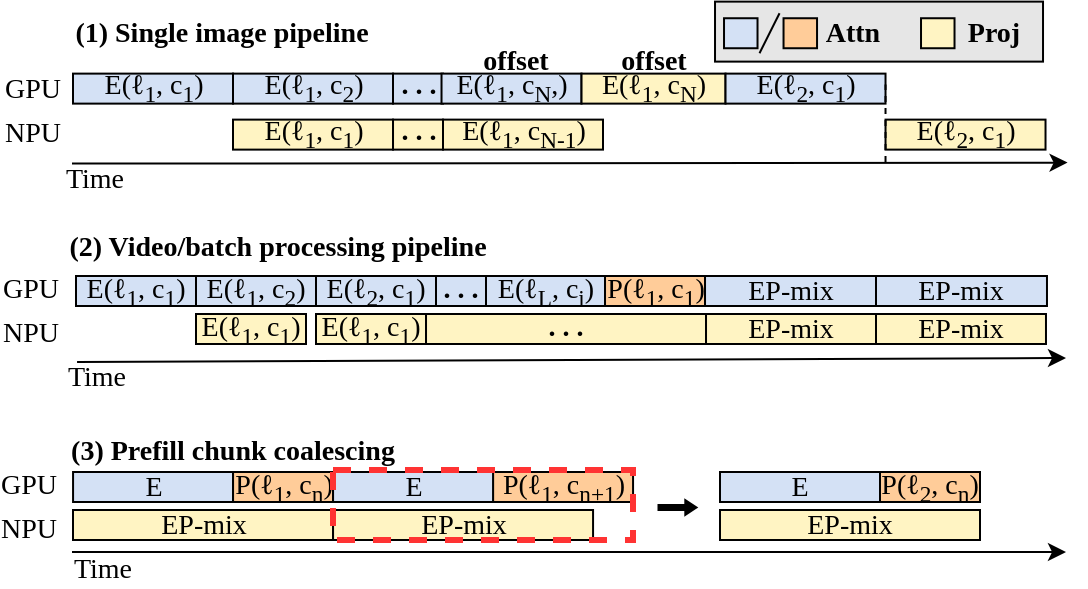
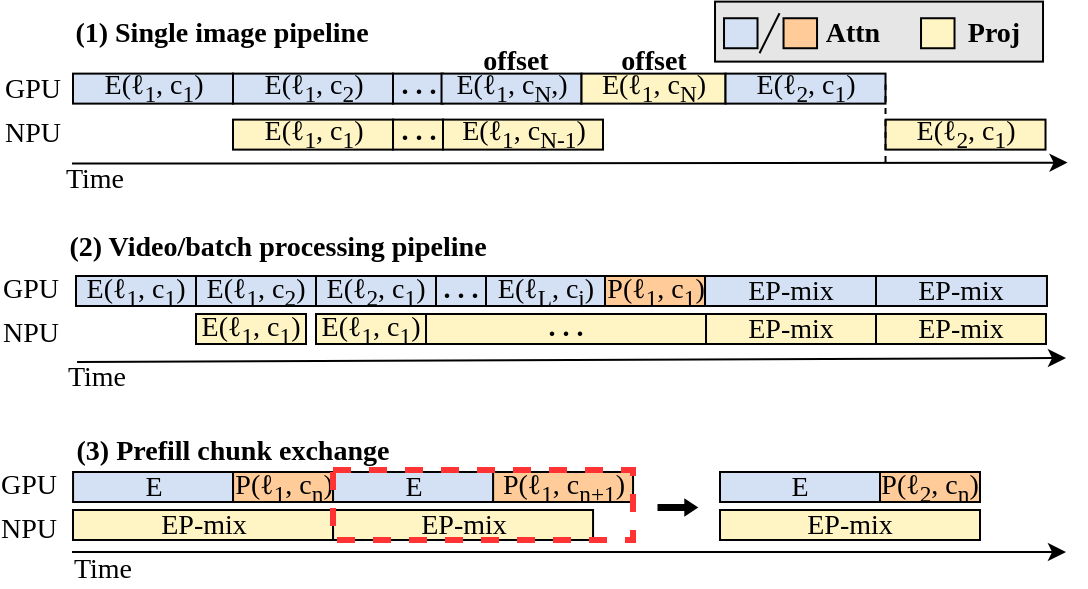
<mxfile host="app.diagrams.net" agent="Mozilla/5.0 (Windows NT 10.0; Win64; x64) AppleWebKit/537.36 (KHTML, like Gecko) Chrome/145.0.0.0 Safari/537.36">
  <diagram name="第 1 页" id="MrFx-UOJmhqwsODPHqqn">
-     <mxGraphModel dx="-156" dy="952" grid="1" gridSize="10" guides="1" tooltips="1" connect="1" arrows="1" fold="1" page="1" pageScale="1" pageWidth="827" pageHeight="1169" math="0" shadow="0">
+     <mxGraphModel dx="-184" dy="913" grid="1" gridSize="10" guides="1" tooltips="1" connect="1" arrows="1" fold="1" page="1" pageScale="1" pageWidth="827" pageHeight="1169" math="0" shadow="0">
      <root>
        <mxCell id="0" />
        <mxCell id="1" parent="0" />
        <mxCell id="taiWHSUcbmmcihhguXY2-223" parent="1" style="rounded=0;whiteSpace=wrap;html=1;fillColor=#E6E6E6;" value="" vertex="1">
          <mxGeometry height="30" width="164" x="1484.51" y="691.81" as="geometry" />
        </mxCell>
        <mxCell id="taiWHSUcbmmcihhguXY2-151" parent="1" style="text;html=1;whiteSpace=wrap;strokeColor=none;fillColor=none;align=center;verticalAlign=middle;rounded=0;fontSize=14;" value="&lt;font face=&quot;Times New Roman&quot;&gt;GPU&lt;/font&gt;" vertex="1">
          <mxGeometry height="12" width="25" x="1130" y="829" as="geometry" />
        </mxCell>
        <mxCell id="taiWHSUcbmmcihhguXY2-152" parent="1" style="text;html=1;whiteSpace=wrap;strokeColor=none;fillColor=none;align=center;verticalAlign=middle;rounded=0;fontSize=14;" value="&lt;font face=&quot;Times New Roman&quot;&gt;NPU&lt;/font&gt;" vertex="1">
          <mxGeometry height="12" width="25" x="1130" y="851" as="geometry" />
        </mxCell>
        <mxCell id="taiWHSUcbmmcihhguXY2-153" parent="1" style="text;html=1;whiteSpace=wrap;strokeColor=none;fillColor=none;align=center;verticalAlign=middle;rounded=0;fontSize=14;" value="&lt;font face=&quot;Times New Roman&quot;&gt;GPU&lt;/font&gt;" vertex="1">
          <mxGeometry height="12" width="25" x="1128.53" y="927" as="geometry" />
        </mxCell>
        <mxCell id="taiWHSUcbmmcihhguXY2-154" parent="1" style="text;html=1;whiteSpace=wrap;strokeColor=none;fillColor=none;align=center;verticalAlign=middle;rounded=0;fontSize=14;" value="&lt;font face=&quot;Times New Roman&quot;&gt;NPU&lt;/font&gt;" vertex="1">
          <mxGeometry height="12" width="25" x="1128.53" y="949" as="geometry" />
        </mxCell>
        <mxCell id="taiWHSUcbmmcihhguXY2-157" parent="1" style="text;html=1;whiteSpace=wrap;strokeColor=none;fillColor=none;align=center;verticalAlign=middle;rounded=0;fontSize=14;" value="&lt;font face=&quot;Times New Roman&quot;&gt;&lt;b&gt;(2) Video/batch processing pipeline&lt;/b&gt;&lt;/font&gt;" vertex="1">
          <mxGeometry height="16" width="254.47" x="1139.05" y="806" as="geometry" />
        </mxCell>
-         <mxCell id="taiWHSUcbmmcihhguXY2-158" parent="1" style="text;html=1;whiteSpace=wrap;strokeColor=none;fillColor=none;align=center;verticalAlign=middle;rounded=0;fontSize=14;" value="&lt;font face=&quot;Times New Roman&quot;&gt;&lt;b&gt;(3) Prefill chunk coalescing&lt;/b&gt;&lt;/font&gt;" vertex="1">
+         <mxCell id="taiWHSUcbmmcihhguXY2-158" parent="1" style="text;html=1;whiteSpace=wrap;strokeColor=none;fillColor=none;align=center;verticalAlign=middle;rounded=0;fontSize=14;" value="&lt;font face=&quot;Times New Roman&quot;&gt;&lt;b&gt;(3) Prefill chunk exchange&lt;/b&gt;&lt;/font&gt;" vertex="1">
          <mxGeometry height="16" width="175.48" x="1155.52" y="908" as="geometry" />
        </mxCell>
        <mxCell id="taiWHSUcbmmcihhguXY2-159" parent="1" style="rounded=0;whiteSpace=wrap;html=1;fontFamily=Times New Roman;spacingTop=0;fillColor=#D4E1F5;fontSize=14;" value="E" vertex="1">
          <mxGeometry height="15" width="80" x="1163.53" y="927" as="geometry" />
        </mxCell>
        <mxCell id="taiWHSUcbmmcihhguXY2-166" parent="1" style="rounded=0;whiteSpace=wrap;html=1;fontFamily=Times New Roman;spacingTop=0;fillColor=#FFF4C3;fontSize=14;" value="E(ℓ&lt;sub&gt;1&lt;/sub&gt;&lt;span&gt;,&amp;nbsp;&lt;/span&gt;c&lt;sub&gt;1&lt;/sub&gt;&lt;span&gt;)&lt;/span&gt;" vertex="1">
          <mxGeometry height="15" width="55" x="1225" y="848" as="geometry" />
        </mxCell>
        <mxCell id="taiWHSUcbmmcihhguXY2-168" edge="1" parent="1" style="endArrow=classic;html=1;rounded=0;endSize=6;fontSize=14;strokeWidth=1;" value="">
          <mxGeometry height="50" relative="1" width="50" as="geometry">
            <mxPoint x="1163" y="772.81" as="sourcePoint" />
            <mxPoint x="1660.78" y="772.31" as="targetPoint" />
          </mxGeometry>
        </mxCell>
        <mxCell id="taiWHSUcbmmcihhguXY2-169" parent="1" style="text;html=1;whiteSpace=wrap;strokeColor=none;fillColor=none;align=center;verticalAlign=middle;rounded=0;fontSize=14;" value="&lt;font face=&quot;Times New Roman&quot;&gt;Time&lt;/font&gt;" vertex="1">
          <mxGeometry height="16" width="36.95" x="1155.52" y="772" as="geometry" />
        </mxCell>
        <mxCell id="taiWHSUcbmmcihhguXY2-170" parent="1" style="text;html=1;whiteSpace=wrap;strokeColor=none;fillColor=none;align=center;verticalAlign=middle;rounded=0;fontSize=14;" value="&lt;font face=&quot;Times New Roman&quot;&gt;GPU&lt;/font&gt;" vertex="1">
          <mxGeometry height="12" width="25" x="1130.52" y="729" as="geometry" />
        </mxCell>
        <mxCell id="taiWHSUcbmmcihhguXY2-171" parent="1" style="text;html=1;whiteSpace=wrap;strokeColor=none;fillColor=none;align=center;verticalAlign=middle;rounded=0;fontSize=14;" value="&lt;font face=&quot;Times New Roman&quot;&gt;NPU&lt;/font&gt;" vertex="1">
          <mxGeometry height="12" width="25" x="1130.52" y="751" as="geometry" />
        </mxCell>
        <mxCell id="taiWHSUcbmmcihhguXY2-172" parent="1" style="text;html=1;whiteSpace=wrap;strokeColor=none;fillColor=none;align=center;verticalAlign=middle;rounded=0;fontSize=14;" value="&lt;font face=&quot;Times New Roman&quot;&gt;&lt;b&gt;(1)&amp;nbsp;Single image pipeline&lt;/b&gt;&lt;/font&gt;" vertex="1">
          <mxGeometry height="16" width="160" x="1158" y="698.81" as="geometry" />
        </mxCell>
        <mxCell id="taiWHSUcbmmcihhguXY2-175" parent="1" style="rounded=0;whiteSpace=wrap;html=1;fontFamily=Times New Roman;spacingTop=0;fillColor=#FFF4C3;fontSize=14;" value="E(ℓ&lt;sub&gt;1&lt;/sub&gt;&lt;span&gt;,&amp;nbsp;&lt;/span&gt;c&lt;sub&gt;1&lt;/sub&gt;&lt;span&gt;)&lt;/span&gt;" vertex="1">
          <mxGeometry height="15" width="80" x="1243.5" y="750.81" as="geometry" />
        </mxCell>
        <mxCell id="taiWHSUcbmmcihhguXY2-176" parent="1" style="rounded=0;whiteSpace=wrap;html=1;fontFamily=Times New Roman;spacingTop=0;fillColor=#D4E1F5;fontSize=14;" value="E(ℓ&lt;sub&gt;1&lt;/sub&gt;&lt;span&gt;, &lt;/span&gt;c&lt;sub&gt;2&lt;/sub&gt;&lt;span&gt;)&lt;/span&gt;" vertex="1">
          <mxGeometry height="15" width="80" x="1243.5" y="727.81" as="geometry" />
        </mxCell>
        <mxCell id="taiWHSUcbmmcihhguXY2-179" parent="1" style="text;html=1;whiteSpace=wrap;strokeColor=none;fillColor=none;align=center;verticalAlign=middle;rounded=0;fontStyle=1;fontSize=14;" value="&lt;font face=&quot;Times New Roman&quot;&gt;offset&lt;/font&gt;" vertex="1">
          <mxGeometry height="13" width="23.99" x="1372.51" y="714.81" as="geometry" />
        </mxCell>
        <mxCell id="taiWHSUcbmmcihhguXY2-184" parent="1" style="text;html=1;whiteSpace=wrap;strokeColor=none;fillColor=none;align=center;verticalAlign=middle;rounded=0;fontStyle=1;fontSize=14;" value="&lt;font face=&quot;Times New Roman&quot;&gt;offset&lt;/font&gt;" vertex="1">
          <mxGeometry height="13" width="23.99" x="1441.76" y="714.81" as="geometry" />
        </mxCell>
        <mxCell id="taiWHSUcbmmcihhguXY2-187" parent="1" style="rounded=0;whiteSpace=wrap;html=1;fontFamily=Times New Roman;spacingTop=0;fillColor=#D4E1F5;fontSize=14;" value="E(ℓ&lt;sub&gt;1&lt;/sub&gt;&lt;span&gt;, &lt;/span&gt;c&lt;sub&gt;1&lt;/sub&gt;&lt;span&gt;)&lt;/span&gt;" vertex="1">
          <mxGeometry height="15" width="60" x="1165" y="829" as="geometry" />
        </mxCell>
        <mxCell id="taiWHSUcbmmcihhguXY2-198" parent="1" style="text;html=1;whiteSpace=wrap;strokeColor=none;fillColor=none;align=center;verticalAlign=middle;rounded=0;fontSize=14;" value="&lt;font face=&quot;Times New Roman&quot;&gt;Time&lt;/font&gt;" vertex="1">
          <mxGeometry height="16" width="36.95" x="1159.52" y="967" as="geometry" />
        </mxCell>
        <mxCell id="taiWHSUcbmmcihhguXY2-199" edge="1" parent="1" style="endArrow=classic;html=1;rounded=0;endSize=6;fontSize=14;strokeWidth=1;" value="">
          <mxGeometry height="50" relative="1" width="50" as="geometry">
            <mxPoint x="1163" y="967" as="sourcePoint" />
            <mxPoint x="1660" y="967" as="targetPoint" />
          </mxGeometry>
        </mxCell>
        <mxCell id="taiWHSUcbmmcihhguXY2-200" parent="1" style="text;html=1;whiteSpace=wrap;strokeColor=none;fillColor=none;align=center;verticalAlign=middle;rounded=0;fontSize=14;" value="&lt;font face=&quot;Times New Roman&quot;&gt;Time&lt;/font&gt;" vertex="1">
          <mxGeometry height="16" width="36.95" x="1156.52" y="871" as="geometry" />
        </mxCell>
        <mxCell id="taiWHSUcbmmcihhguXY2-201" edge="1" parent="1" style="endArrow=classic;html=1;rounded=0;endSize=6;fontSize=14;strokeWidth=1;" value="">
          <mxGeometry height="50" relative="1" width="50" as="geometry">
            <mxPoint x="1165.53" y="872" as="sourcePoint" />
            <mxPoint x="1660" y="870" as="targetPoint" />
          </mxGeometry>
        </mxCell>
        <mxCell id="taiWHSUcbmmcihhguXY2-203" parent="1" style="rounded=0;whiteSpace=wrap;html=1;fontFamily=Times New Roman;spacingTop=0;fillColor=#D4E1F5;fontSize=14;" value="E(ℓ&lt;sub&gt;1&lt;/sub&gt;&lt;span&gt;, &lt;/span&gt;c&lt;sub&gt;1&lt;/sub&gt;&lt;span&gt;)&lt;/span&gt;" vertex="1">
          <mxGeometry height="15" width="80" x="1163.5" y="727.81" as="geometry" />
        </mxCell>
        <mxCell id="taiWHSUcbmmcihhguXY2-207" parent="1" style="rounded=0;whiteSpace=wrap;html=1;fontFamily=Times New Roman;spacingTop=-2;fillColor=light-dark(#d4e1f5, #261d00);fontSize=14;" value="&lt;b&gt;. . .&lt;/b&gt;" vertex="1">
          <mxGeometry height="15" width="25" x="1323.5" y="727.81" as="geometry" />
        </mxCell>
        <mxCell id="taiWHSUcbmmcihhguXY2-208" parent="1" style="rounded=0;whiteSpace=wrap;html=1;fontFamily=Times New Roman;spacingTop=-2;fillColor=#FFF4C3;fontSize=14;" value="&lt;b&gt;. . .&lt;/b&gt;" vertex="1">
          <mxGeometry height="15" width="25" x="1323.51" y="750.81" as="geometry" />
        </mxCell>
        <mxCell id="taiWHSUcbmmcihhguXY2-209" parent="1" style="rounded=0;whiteSpace=wrap;html=1;fontFamily=Times New Roman;spacingTop=0;fillColor=#D4E1F5;fontSize=14;" value="E(ℓ&lt;sub&gt;1&lt;/sub&gt;&lt;span&gt;, &lt;/span&gt;c&lt;sub&gt;N&lt;/sub&gt;&lt;span&gt;,)&lt;/span&gt;" vertex="1">
          <mxGeometry height="15" width="70" x="1347.76" y="727.81" as="geometry" />
        </mxCell>
        <mxCell id="taiWHSUcbmmcihhguXY2-210" parent="1" style="rounded=0;whiteSpace=wrap;html=1;fontFamily=Times New Roman;spacingTop=0;fillColor=#FFF4C3;fontSize=14;" value="E(ℓ&lt;sub&gt;1&lt;/sub&gt;&lt;span&gt;,&amp;nbsp;&lt;/span&gt;c&lt;sub&gt;N&lt;/sub&gt;&lt;span&gt;)&lt;/span&gt;" vertex="1">
          <mxGeometry height="15" width="72" x="1417.76" y="727.81" as="geometry" />
        </mxCell>
        <mxCell id="taiWHSUcbmmcihhguXY2-213" parent="1" style="rounded=0;whiteSpace=wrap;html=1;fontFamily=Times New Roman;spacingTop=0;fillColor=#FFF4C3;fontSize=14;" value="E(ℓ&lt;sub&gt;1&lt;/sub&gt;&lt;span&gt;,&amp;nbsp;&lt;/span&gt;c&lt;sub&gt;N-1&lt;/sub&gt;&lt;span&gt;)&lt;/span&gt;" vertex="1">
          <mxGeometry height="15" width="80" x="1348.5" y="750.81" as="geometry" />
        </mxCell>
        <mxCell id="taiWHSUcbmmcihhguXY2-214" parent="1" style="rounded=0;whiteSpace=wrap;html=1;fontFamily=Times New Roman;spacingTop=0;fillColor=#D4E1F5;fontSize=14;" value="E(ℓ&lt;sub&gt;2&lt;/sub&gt;&lt;span&gt;, &lt;/span&gt;c&lt;sub&gt;1&lt;/sub&gt;&lt;span&gt;)&lt;/span&gt;" vertex="1">
          <mxGeometry height="15" width="80" x="1489.76" y="727.81" as="geometry" />
        </mxCell>
        <mxCell id="taiWHSUcbmmcihhguXY2-215" parent="1" style="rounded=0;whiteSpace=wrap;html=1;fontFamily=Times New Roman;spacingTop=0;fillColor=#FFF4C3;fontSize=14;" value="E(ℓ&lt;sub&gt;2&lt;/sub&gt;&lt;span&gt;,&amp;nbsp;&lt;/span&gt;c&lt;sub&gt;1&lt;/sub&gt;&lt;span&gt;)&lt;/span&gt;" vertex="1">
          <mxGeometry height="15" width="80" x="1569.76" y="750.81" as="geometry" />
        </mxCell>
        <mxCell id="taiWHSUcbmmcihhguXY2-216" edge="1" parent="1" style="endArrow=none;dashed=1;html=1;strokeWidth=1;rounded=0;fontSize=14;" value="">
          <mxGeometry height="50" relative="1" width="50" as="geometry">
            <mxPoint x="1569.76" y="772" as="sourcePoint" />
            <mxPoint x="1569.76" y="733.31" as="targetPoint" />
          </mxGeometry>
        </mxCell>
        <mxCell id="taiWHSUcbmmcihhguXY2-217" parent="1" style="rounded=0;whiteSpace=wrap;html=1;fillColor=light-dark(#d4e1f5, #ededed);" value="" vertex="1">
          <mxGeometry height="15" width="16.75" x="1489.0099999999998" y="700.1199999999999" as="geometry" />
        </mxCell>
        <mxCell id="taiWHSUcbmmcihhguXY2-218" parent="1" style="rounded=0;whiteSpace=wrap;html=1;fillColor=light-dark(#ffcc99, #ededed);" value="" vertex="1">
          <mxGeometry height="15" width="16.75" x="1518.7699999999998" y="700.1199999999999" as="geometry" />
        </mxCell>
        <mxCell id="taiWHSUcbmmcihhguXY2-219" edge="1" parent="1" style="endArrow=none;html=1;rounded=0;" value="">
          <mxGeometry height="50" relative="1" width="50" as="geometry">
            <mxPoint x="1506.7599999999998" y="717.6199999999999" as="sourcePoint" />
            <mxPoint x="1516.7599999999998" y="697.6199999999999" as="targetPoint" />
          </mxGeometry>
        </mxCell>
        <mxCell id="taiWHSUcbmmcihhguXY2-220" parent="1" style="text;html=1;whiteSpace=wrap;strokeColor=none;fillColor=none;align=center;verticalAlign=middle;rounded=0;fontStyle=1;fontSize=14;" value="&lt;font face=&quot;Times New Roman&quot;&gt;Attn&lt;/font&gt;" vertex="1">
          <mxGeometry height="13" width="35.49" x="1535.52" y="700.1199999999999" as="geometry" />
        </mxCell>
        <mxCell id="taiWHSUcbmmcihhguXY2-221" parent="1" style="rounded=0;whiteSpace=wrap;html=1;fillColor=light-dark(#fff4c3, #ededed);" value="" vertex="1">
          <mxGeometry height="15" width="16.75" x="1587.51" y="700.1199999999999" as="geometry" />
        </mxCell>
        <mxCell id="taiWHSUcbmmcihhguXY2-222" parent="1" style="text;html=1;whiteSpace=wrap;strokeColor=none;fillColor=none;align=center;verticalAlign=middle;rounded=0;fontStyle=1;fontSize=14;" value="&lt;font face=&quot;Times New Roman&quot;&gt;Proj&lt;/font&gt;" vertex="1">
          <mxGeometry height="13" width="41.87" x="1602.64" y="700.1199999999999" as="geometry" />
        </mxCell>
        <mxCell id="bwTcCQI149GTdo26pb1h-2" parent="1" style="rounded=0;whiteSpace=wrap;html=1;fontFamily=Times New Roman;spacingTop=0;fillColor=#D4E1F5;fontSize=14;" value="E(ℓ&lt;sub&gt;1&lt;/sub&gt;&lt;span&gt;, &lt;/span&gt;c&lt;sub&gt;2&lt;/sub&gt;&lt;span&gt;)&lt;/span&gt;" vertex="1">
          <mxGeometry height="15" width="60" x="1225" y="829" as="geometry" />
        </mxCell>
        <mxCell id="bwTcCQI149GTdo26pb1h-3" parent="1" style="rounded=0;whiteSpace=wrap;html=1;fontFamily=Times New Roman;spacingTop=0;fillColor=#D4E1F5;fontSize=14;" value="E(ℓ&lt;sub&gt;2&lt;/sub&gt;&lt;span&gt;, &lt;/span&gt;c&lt;sub&gt;1&lt;/sub&gt;&lt;span&gt;)&lt;/span&gt;" vertex="1">
          <mxGeometry height="15" width="60" x="1285" y="829" as="geometry" />
        </mxCell>
        <mxCell id="bwTcCQI149GTdo26pb1h-4" parent="1" style="rounded=0;whiteSpace=wrap;html=1;fontFamily=Times New Roman;spacingTop=0;fillColor=#FFF4C3;fontSize=14;" value="E(ℓ&lt;sub&gt;1&lt;/sub&gt;&lt;span&gt;,&amp;nbsp;&lt;/span&gt;c&lt;sub&gt;1&lt;/sub&gt;&lt;span&gt;)&lt;/span&gt;" vertex="1">
          <mxGeometry height="15" width="55" x="1285" y="848" as="geometry" />
        </mxCell>
        <mxCell id="bwTcCQI149GTdo26pb1h-5" parent="1" style="rounded=0;whiteSpace=wrap;html=1;fontFamily=Times New Roman;spacingTop=0;fillColor=#D4E1F5;fontSize=14;" value="E(ℓ&lt;sub&gt;L&lt;/sub&gt;&lt;span&gt;,&amp;nbsp;&lt;/span&gt;c&lt;sub&gt;i&lt;/sub&gt;&lt;span&gt;)&lt;/span&gt;" vertex="1">
          <mxGeometry height="15" width="60" x="1369.51" y="829" as="geometry" />
        </mxCell>
        <mxCell id="bwTcCQI149GTdo26pb1h-6" parent="1" style="rounded=0;whiteSpace=wrap;html=1;fontFamily=Times New Roman;spacingTop=0;fillColor=#FFCC99;fontSize=14;" value="P(ℓ&lt;sub&gt;1&lt;/sub&gt;&lt;span&gt;,&amp;nbsp;&lt;/span&gt;c&lt;sub&gt;1&lt;/sub&gt;&lt;span&gt;)&lt;/span&gt;" vertex="1">
          <mxGeometry height="15" width="50" x="1429.51" y="829" as="geometry" />
        </mxCell>
        <mxCell id="bwTcCQI149GTdo26pb1h-7" parent="1" style="rounded=0;whiteSpace=wrap;html=1;fontFamily=Times New Roman;spacingTop=-2;fillColor=light-dark(#d4e1f5, #261d00);fontSize=14;" value="&lt;b&gt;. . .&lt;/b&gt;" vertex="1">
          <mxGeometry height="15" width="25" x="1345" y="829" as="geometry" />
        </mxCell>
        <mxCell id="bwTcCQI149GTdo26pb1h-8" parent="1" style="rounded=0;whiteSpace=wrap;html=1;fontFamily=Times New Roman;spacingTop=-2;fillColor=#FFF4C3;fontSize=14;" value="&lt;b&gt;. . .&lt;/b&gt;" vertex="1">
          <mxGeometry height="15" width="140" x="1340.01" y="848" as="geometry" />
        </mxCell>
        <mxCell id="bwTcCQI149GTdo26pb1h-9" parent="1" style="rounded=0;whiteSpace=wrap;html=1;fontFamily=Times New Roman;spacingTop=0;fillColor=#D4E1F5;fontSize=14;" value="EP-mix" vertex="1">
          <mxGeometry height="15" width="85.49" x="1479.51" y="829" as="geometry" />
        </mxCell>
        <mxCell id="bwTcCQI149GTdo26pb1h-11" parent="1" style="rounded=0;whiteSpace=wrap;html=1;fontFamily=Times New Roman;spacingTop=0;fillColor=light-dark(#fff4c3, #232e40);fontSize=14;" value="EP-mix" vertex="1">
          <mxGeometry height="15" width="84.99" x="1480.01" y="848" as="geometry" />
        </mxCell>
        <mxCell id="bwTcCQI149GTdo26pb1h-12" parent="1" style="rounded=0;whiteSpace=wrap;html=1;fontFamily=Times New Roman;spacingTop=0;fillColor=#D4E1F5;fontSize=14;" value="EP-mix" vertex="1">
          <mxGeometry height="15" width="85.49" x="1565" y="829" as="geometry" />
        </mxCell>
        <mxCell id="bwTcCQI149GTdo26pb1h-13" parent="1" style="rounded=0;whiteSpace=wrap;html=1;fontFamily=Times New Roman;spacingTop=0;fillColor=light-dark(#fff4c3, #232e40);fontSize=14;" value="EP-mix" vertex="1">
          <mxGeometry height="15" width="84.99" x="1565" y="848" as="geometry" />
        </mxCell>
        <mxCell id="bwTcCQI149GTdo26pb1h-14" edge="1" parent="1" style="shape=flexArrow;endArrow=classic;html=1;rounded=0;endWidth=3.854748603351956;endSize=1.5326145552560646;width=2.5336927223719674;fillColor=#000000;" value="">
          <mxGeometry height="50" relative="1" width="50" as="geometry">
            <mxPoint x="1455.75" y="944.72" as="sourcePoint" />
            <mxPoint x="1475.75" y="944.72" as="targetPoint" />
          </mxGeometry>
        </mxCell>
        <mxCell id="bwTcCQI149GTdo26pb1h-15" parent="1" style="rounded=0;whiteSpace=wrap;html=1;fontFamily=Times New Roman;spacingTop=0;fillColor=light-dark(#ffcc99, #232e40);fontSize=14;" value="P(ℓ&lt;sub&gt;1&lt;/sub&gt;,&amp;nbsp;c&lt;sub&gt;n&lt;/sub&gt;)" vertex="1">
          <mxGeometry height="15" width="50" x="1243.53" y="927" as="geometry" />
        </mxCell>
        <mxCell id="bwTcCQI149GTdo26pb1h-17" parent="1" style="rounded=0;whiteSpace=wrap;html=1;fontFamily=Times New Roman;spacingTop=0;fillColor=#FFF4C3;fontSize=14;" value="EP-mix" vertex="1">
          <mxGeometry height="15" width="130" x="1163.5" y="946" as="geometry" />
        </mxCell>
        <mxCell id="bwTcCQI149GTdo26pb1h-33" parent="1" style="rounded=0;whiteSpace=wrap;html=1;fontFamily=Times New Roman;spacingTop=0;fillColor=light-dark(#ffcc99, #232e40);fontSize=14;" value="P(ℓ&lt;sub&gt;1&lt;/sub&gt;,&amp;nbsp;c&lt;sub&gt;n+1&lt;/sub&gt;)" vertex="1">
          <mxGeometry height="15" width="70" x="1373.53" y="927" as="geometry" />
        </mxCell>
        <mxCell id="bwTcCQI149GTdo26pb1h-34" parent="1" style="rounded=0;whiteSpace=wrap;html=1;fontFamily=Times New Roman;spacingTop=0;fillColor=#D4E1F5;fontSize=14;" value="E" vertex="1">
          <mxGeometry height="15" width="80" x="1293.53" y="927" as="geometry" />
        </mxCell>
        <mxCell id="bwTcCQI149GTdo26pb1h-35" parent="1" style="rounded=0;whiteSpace=wrap;html=1;fontFamily=Times New Roman;spacingTop=0;fillColor=#FFF4C3;fontSize=14;" value="EP-mix" vertex="1">
          <mxGeometry height="15" width="130" x="1293.53" y="946" as="geometry" />
        </mxCell>
        <mxCell id="bwTcCQI149GTdo26pb1h-36" parent="1" style="whiteSpace=wrap;html=1;fillColor=none;dashed=1;strokeColor=#FF3333;strokeWidth=3;rounded=0;" value="" vertex="1">
          <mxGeometry height="35" width="150" x="1293.5" y="926" as="geometry" />
        </mxCell>
        <mxCell id="bwTcCQI149GTdo26pb1h-38" parent="1" style="rounded=0;whiteSpace=wrap;html=1;fontFamily=Times New Roman;spacingTop=0;fillColor=light-dark(#ffcc99, #232e40);fontSize=14;" value="P(ℓ&lt;sub&gt;2&lt;/sub&gt;,&amp;nbsp;c&lt;sub&gt;n&lt;/sub&gt;)" vertex="1">
          <mxGeometry height="15" width="50" x="1567" y="927" as="geometry" />
        </mxCell>
        <mxCell id="bwTcCQI149GTdo26pb1h-39" parent="1" style="rounded=0;whiteSpace=wrap;html=1;fontFamily=Times New Roman;spacingTop=0;fillColor=#D4E1F5;fontSize=14;" value="E" vertex="1">
          <mxGeometry height="15" width="80" x="1487" y="927" as="geometry" />
        </mxCell>
        <mxCell id="bwTcCQI149GTdo26pb1h-40" parent="1" style="rounded=0;whiteSpace=wrap;html=1;fontFamily=Times New Roman;spacingTop=0;fillColor=#FFF4C3;fontSize=14;" value="EP-mix" vertex="1">
          <mxGeometry height="15" width="130" x="1487" y="946" as="geometry" />
        </mxCell>
      </root>
    </mxGraphModel>
  </diagram>
</mxfile>
